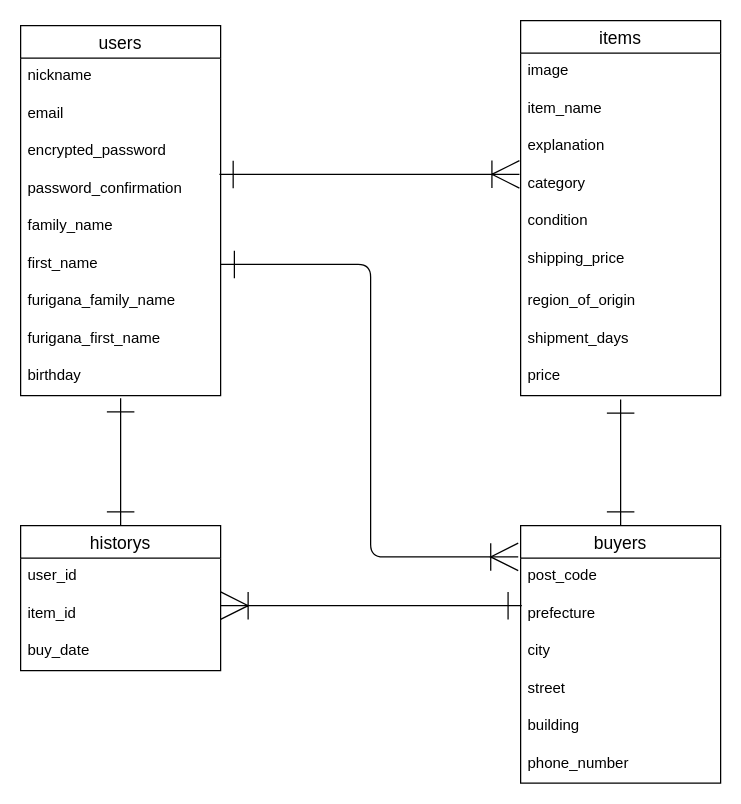
This is page "ページ1" (1 of 2) of draw.dio from JunShin123/furima-40450, a draw.io file, before an edit. Source tidied: cells renumbered, new cells numbered last; positions are measured from the earlier drawing's top-left corner, leaving out a move shared by most shapes. Both pictures are drawn from the tidied source at 125%, with x=0, y=0 at pixel (20, 20).
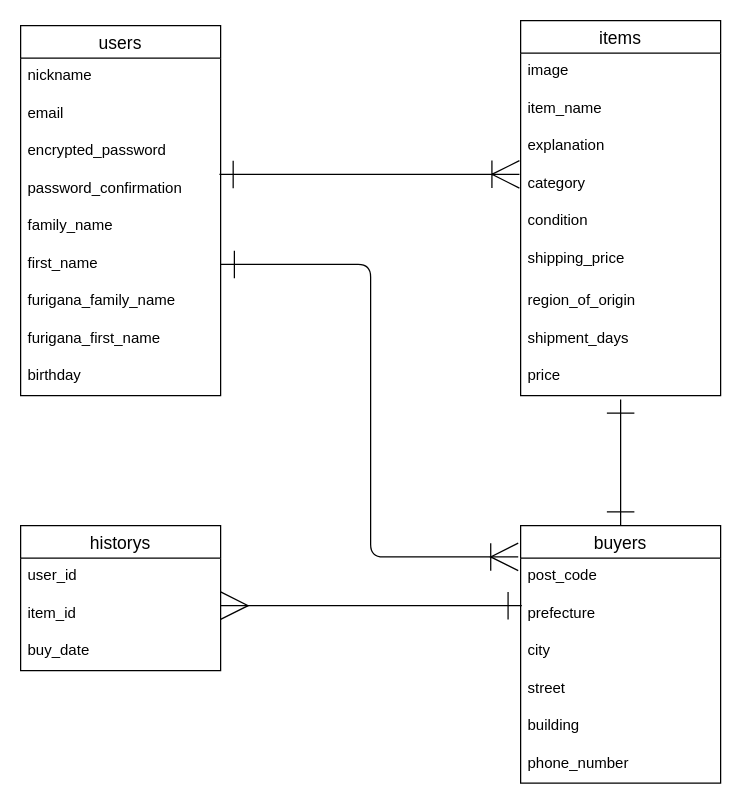
Above is the later version.

Commit message (it also covers changes not shown here):
データベース設計修正

Unchanged cells that the change refers to:
```xml
<mxCell id="11" value="birthday" style="text;strokeColor=none;fillColor=none;spacingLeft=4;spacingRight=4;overflow=hidden;points=[[0,0.5],[1,0.5]];portConstraint=eastwest;fontSize=12;" parent="2" vertex="1">
  <mxGeometry y="266" width="160" height="30" as="geometry" />
</mxCell>
<mxCell id="23" value="historys" style="swimlane;fontStyle=0;horizontal=1;startSize=26;align=center;fontSize=14;" parent="1" vertex="1">
  <mxGeometry y="404" width="160" height="116" as="geometry" />
</mxCell>
<mxCell id="29" value="prefecture" style="text;strokeColor=none;fillColor=none;spacingLeft=4;spacingRight=4;overflow=hidden;points=[[0,0.5],[1,0.5]];portConstraint=eastwest;fontSize=12;" parent="27" vertex="1">
  <mxGeometry y="56" width="160" height="30" as="geometry" />
</mxCell>
```

Diff of the diagram source:
```diff
@@
-    <mxCell id="22" style="edgeStyle=none;html=1;exitX=0.5;exitY=0;exitDx=0;exitDy=0;entryX=0.5;entryY=1.067;entryDx=0;entryDy=0;entryPerimeter=0;startArrow=ERone;startFill=0;endArrow=ERone;endFill=0;startSize=20;endSize=20;" parent="1" edge="1" source="23" target="11">
-      <mxGeometry relative="1" as="geometry" />
-    </mxCell>
@@
-    <mxCell id="36" style="edgeStyle=none;html=1;exitX=0.006;exitY=0.267;exitDx=0;exitDy=0;startArrow=ERone;startFill=0;endArrow=ERoneToMany;endFill=0;startSize=20;endSize=20;exitPerimeter=0;" parent="1" edge="1" source="29">
+    <mxCell id="36" style="edgeStyle=none;html=1;exitX=0.006;exitY=0.267;exitDx=0;exitDy=0;startArrow=ERone;startFill=0;endArrow=ERmany;endFill=0;startSize=20;endSize=20;exitPerimeter=0;" parent="1" edge="1" source="29">
       <mxGeometry relative="1" as="geometry">
         <mxPoint x="160" y="468" as="targetPoint" />
       </mxGeometry>
     </mxCell>
```
